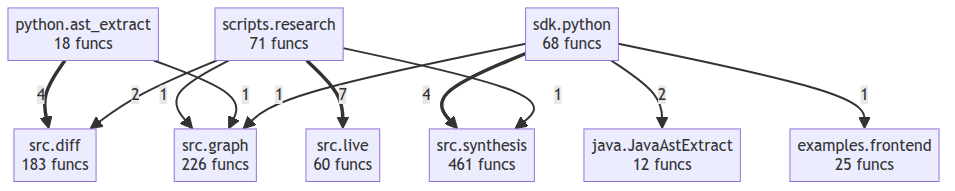
This is project/compact_flow.png from autogrammar/todo2code, a Mermaid export, as it was before one commit. Its source is kept beside it as project/compact_flow.mmd.
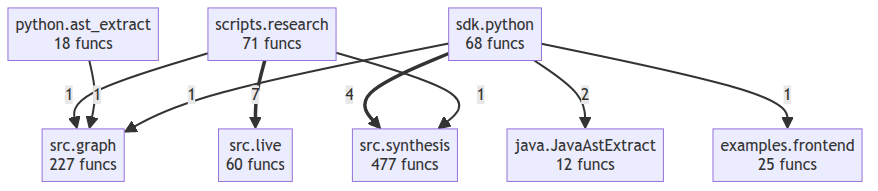
The same diagram one commit later.

Change to the diagram source:
```diff
@@ -4,14 +4,11 @@
     python__ast_extract["python.ast_extract<br/>18 funcs"]
     scripts__research["scripts.research<br/>71 funcs"]
     sdk__python["sdk.python<br/>68 funcs"]
-    src__diff["src.diff<br/>183 funcs"]
-    src__graph["src.graph<br/>226 funcs"]
+    src__graph["src.graph<br/>227 funcs"]
     src__live["src.live<br/>60 funcs"]
-    src__synthesis["src.synthesis<br/>461 funcs"]
+    src__synthesis["src.synthesis<br/>477 funcs"]
     scripts__research ==>|7| src__live
-    python__ast_extract ==>|4| src__diff
     sdk__python ==>|4| src__synthesis
-    scripts__research -->|2| src__diff
     sdk__python -->|2| java__JavaAstExtract
     scripts__research -->|1| src__synthesis
     scripts__research -->|1| src__graph
```
